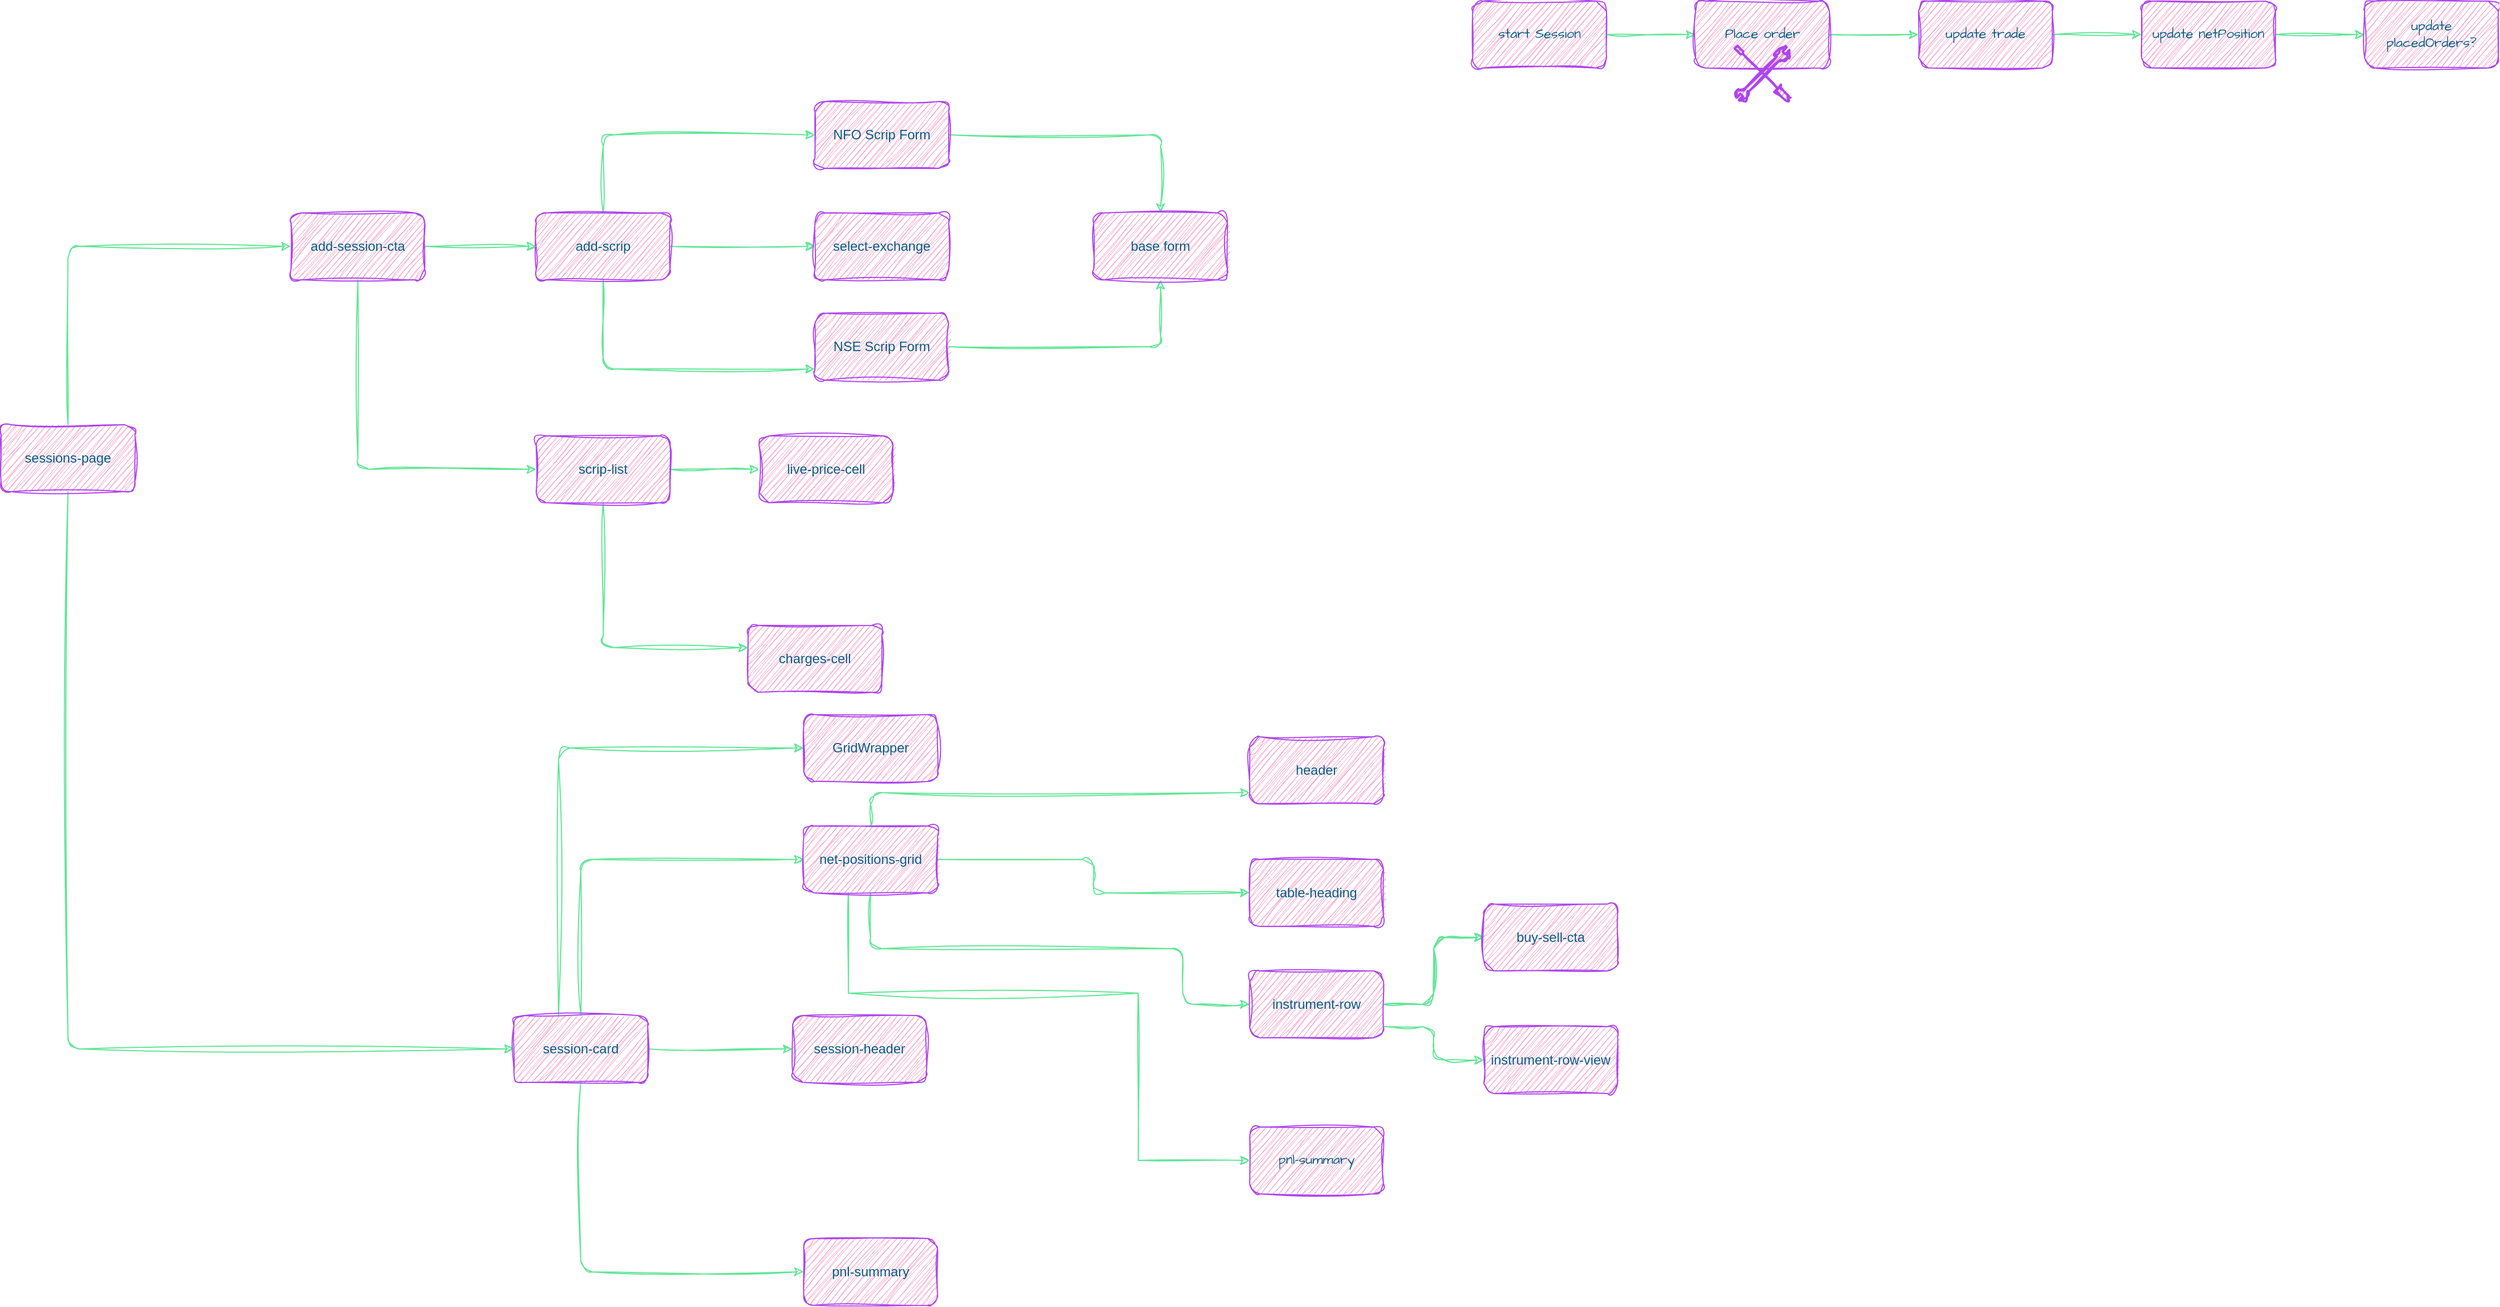
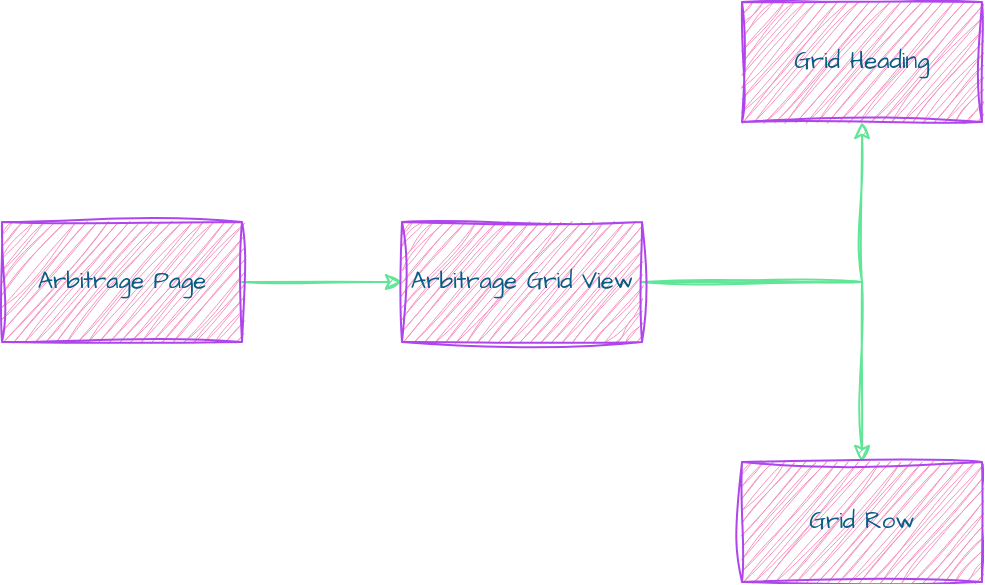
- <mxfile host="app.diagrams.net" pages="5">
+ <mxfile host="app.diagrams.net" pages="6">
+   <diagram id="4BpxD9aP9KdIrpdj0uMA" name="Arbitrage Page">
+     <mxGraphModel dx="1357" dy="626" grid="1" gridSize="10" guides="1" tooltips="1" connect="1" arrows="1" fold="1" page="0" pageScale="1" pageWidth="402" pageHeight="874" math="0" shadow="0">
+       <root>
+         <mxCell id="0" />
+         <mxCell id="1" parent="0" />
+         <mxCell id="s9Nx30N8KHW5dVmqoR0w-8" edge="1" parent="1" source="s9Nx30N8KHW5dVmqoR0w-1" style="edgeStyle=orthogonalEdgeStyle;rounded=0;sketch=1;hachureGap=4;jiggle=2;curveFitting=1;orthogonalLoop=1;jettySize=auto;html=1;strokeColor=#60E696;fontFamily=Architects Daughter;fontSource=https%3A%2F%2Ffonts.googleapis.com%2Fcss%3Ffamily%3DArchitects%2BDaughter;fontColor=#095C86;fillColor=#F694C1;" target="s9Nx30N8KHW5dVmqoR0w-7" value="">
+           <mxGeometry relative="1" as="geometry" />
+         </mxCell>
+         <mxCell id="s9Nx30N8KHW5dVmqoR0w-1" parent="1" style="whiteSpace=wrap;html=1;sketch=1;hachureGap=4;jiggle=2;curveFitting=1;strokeColor=#AF45ED;fontFamily=Architects Daughter;fontSource=https%3A%2F%2Ffonts.googleapis.com%2Fcss%3Ffamily%3DArchitects%2BDaughter;fontColor=#095C86;fillColor=#F694C1;" value="Arbitrage Page" vertex="1">
+           <mxGeometry height="60" width="120" x="-100" y="130" as="geometry" />
+         </mxCell>
+         <mxCell id="s9Nx30N8KHW5dVmqoR0w-10" edge="1" parent="1" source="s9Nx30N8KHW5dVmqoR0w-7" style="edgeStyle=orthogonalEdgeStyle;rounded=0;sketch=1;hachureGap=4;jiggle=2;curveFitting=1;orthogonalLoop=1;jettySize=auto;html=1;strokeColor=#60E696;fontFamily=Architects Daughter;fontSource=https%3A%2F%2Ffonts.googleapis.com%2Fcss%3Ffamily%3DArchitects%2BDaughter;fontColor=#095C86;fillColor=#F694C1;" target="s9Nx30N8KHW5dVmqoR0w-9" value="">
+           <mxGeometry relative="1" as="geometry" />
+         </mxCell>
+         <mxCell id="s9Nx30N8KHW5dVmqoR0w-12" edge="1" parent="1" source="s9Nx30N8KHW5dVmqoR0w-7" style="edgeStyle=orthogonalEdgeStyle;rounded=0;sketch=1;hachureGap=4;jiggle=2;curveFitting=1;orthogonalLoop=1;jettySize=auto;html=1;strokeColor=#60E696;fontFamily=Architects Daughter;fontSource=https%3A%2F%2Ffonts.googleapis.com%2Fcss%3Ffamily%3DArchitects%2BDaughter;fontColor=#095C86;fillColor=#F694C1;" target="s9Nx30N8KHW5dVmqoR0w-11" value="">
+           <mxGeometry relative="1" as="geometry" />
+         </mxCell>
+         <mxCell id="s9Nx30N8KHW5dVmqoR0w-7" parent="1" style="whiteSpace=wrap;html=1;fontFamily=Architects Daughter;fillColor=#F694C1;strokeColor=#AF45ED;fontColor=#095C86;sketch=1;hachureGap=4;jiggle=2;curveFitting=1;fontSource=https%3A%2F%2Ffonts.googleapis.com%2Fcss%3Ffamily%3DArchitects%2BDaughter;" value="Arbitrage Grid View" vertex="1">
+           <mxGeometry height="60" width="120" x="100" y="130" as="geometry" />
+         </mxCell>
+         <mxCell id="s9Nx30N8KHW5dVmqoR0w-9" parent="1" style="whiteSpace=wrap;html=1;fontFamily=Architects Daughter;fillColor=#F694C1;strokeColor=#AF45ED;fontColor=#095C86;sketch=1;hachureGap=4;jiggle=2;curveFitting=1;fontSource=https%3A%2F%2Ffonts.googleapis.com%2Fcss%3Ffamily%3DArchitects%2BDaughter;" value="Grid Heading" vertex="1">
+           <mxGeometry height="60" width="120" x="270" y="20" as="geometry" />
+         </mxCell>
+         <mxCell id="s9Nx30N8KHW5dVmqoR0w-11" parent="1" style="whiteSpace=wrap;html=1;fontFamily=Architects Daughter;fillColor=#F694C1;strokeColor=#AF45ED;fontColor=#095C86;sketch=1;hachureGap=4;jiggle=2;curveFitting=1;fontSource=https%3A%2F%2Ffonts.googleapis.com%2Fcss%3Ffamily%3DArchitects%2BDaughter;" value="Grid Row" vertex="1">
+           <mxGeometry height="60" width="120" x="270" y="250" as="geometry" />
+         </mxCell>
+       </root>
+     </mxGraphModel>
+   </diagram>
  <diagram id="wPQbEJP3DVO_ncDqMHqx" name="Sessions Page">
    <mxGraphModel dx="2395" dy="1443" grid="1" gridSize="10" guides="1" tooltips="1" connect="1" arrows="1" fold="1" page="0" pageScale="1" pageWidth="402" pageHeight="874" math="0" shadow="0">
      <root>
        <mxCell id="0" />
        <mxCell id="1" parent="0" />
        <mxCell id="DB1AKVm6qyutKQlFYAWD-6" edge="1" parent="1" source="DB1AKVm6qyutKQlFYAWD-1" style="edgeStyle=orthogonalEdgeStyle;rounded=1;orthogonalLoop=1;jettySize=auto;html=1;sketch=1;curveFitting=1;jiggle=2;labelBackgroundColor=none;fontColor=default;strokeColor=#60E696;" target="DB1AKVm6qyutKQlFYAWD-5" value="">
          <mxGeometry relative="1" as="geometry" />
        </mxCell>
        <mxCell id="DB1AKVm6qyutKQlFYAWD-8" edge="1" parent="1" source="DB1AKVm6qyutKQlFYAWD-1" style="edgeStyle=orthogonalEdgeStyle;rounded=1;orthogonalLoop=1;jettySize=auto;html=1;sketch=1;curveFitting=1;jiggle=2;labelBackgroundColor=none;fontColor=default;strokeColor=#60E696;" target="DB1AKVm6qyutKQlFYAWD-7" value="">
          <mxGeometry relative="1" as="geometry">
            <Array as="points">
              <mxPoint x="120" y="270" />
            </Array>
          </mxGeometry>
        </mxCell>
        <mxCell id="DB1AKVm6qyutKQlFYAWD-10" edge="1" parent="1" source="DB1AKVm6qyutKQlFYAWD-1" style="edgeStyle=orthogonalEdgeStyle;rounded=1;orthogonalLoop=1;jettySize=auto;html=1;sketch=1;curveFitting=1;jiggle=2;labelBackgroundColor=none;fontColor=default;strokeColor=#60E696;" target="DB1AKVm6qyutKQlFYAWD-9" value="">
          <mxGeometry relative="1" as="geometry">
            <Array as="points">
              <mxPoint x="120" y="60" />
            </Array>
          </mxGeometry>
        </mxCell>
        <mxCell id="DB1AKVm6qyutKQlFYAWD-1" parent="1" style="rounded=1;whiteSpace=wrap;html=1;sketch=1;curveFitting=1;jiggle=2;labelBackgroundColor=none;fillColor=#F694C1;strokeColor=#AF45ED;fontColor=#095C86;" value="add-scrip" vertex="1">
          <mxGeometry height="60" width="120" x="60" y="130" as="geometry" />
        </mxCell>
        <mxCell id="DB1AKVm6qyutKQlFYAWD-4" edge="1" parent="1" source="DB1AKVm6qyutKQlFYAWD-3" style="edgeStyle=orthogonalEdgeStyle;rounded=1;orthogonalLoop=1;jettySize=auto;html=1;sketch=1;curveFitting=1;jiggle=2;labelBackgroundColor=none;fontColor=default;strokeColor=#60E696;" target="DB1AKVm6qyutKQlFYAWD-1" value="">
          <mxGeometry relative="1" as="geometry" />
        </mxCell>
        <mxCell id="DB1AKVm6qyutKQlFYAWD-12" edge="1" parent="1" source="DB1AKVm6qyutKQlFYAWD-3" style="edgeStyle=orthogonalEdgeStyle;rounded=1;orthogonalLoop=1;jettySize=auto;html=1;sketch=1;curveFitting=1;jiggle=2;labelBackgroundColor=none;fontColor=default;strokeColor=#60E696;" target="DB1AKVm6qyutKQlFYAWD-11" value="">
          <mxGeometry relative="1" as="geometry">
            <Array as="points">
              <mxPoint x="-100" y="360" />
            </Array>
          </mxGeometry>
        </mxCell>
        <mxCell id="DB1AKVm6qyutKQlFYAWD-3" parent="1" style="rounded=1;whiteSpace=wrap;html=1;sketch=1;curveFitting=1;jiggle=2;labelBackgroundColor=none;fillColor=#F694C1;strokeColor=#AF45ED;fontColor=#095C86;" value="add-session-cta" vertex="1">
          <mxGeometry height="60" width="120" x="-160" y="130" as="geometry" />
        </mxCell>
        <mxCell id="DB1AKVm6qyutKQlFYAWD-5" parent="1" style="whiteSpace=wrap;html=1;rounded=1;sketch=1;curveFitting=1;jiggle=2;labelBackgroundColor=none;fillColor=#F694C1;strokeColor=#AF45ED;fontColor=#095C86;" value="select-exchange" vertex="1">
          <mxGeometry height="60" width="120" x="310" y="130" as="geometry" />
        </mxCell>
        <mxCell id="ouMAoqMrmdJ_XqpmxOQB-3" edge="1" parent="1" source="DB1AKVm6qyutKQlFYAWD-7" style="edgeStyle=orthogonalEdgeStyle;rounded=1;sketch=1;hachureGap=4;jiggle=2;curveFitting=1;orthogonalLoop=1;jettySize=auto;html=1;fontFamily=Architects Daughter;fontSource=https%3A%2F%2Ffonts.googleapis.com%2Fcss%3Ffamily%3DArchitects%2BDaughter;labelBackgroundColor=none;fontColor=default;strokeColor=#60E696;" target="ouMAoqMrmdJ_XqpmxOQB-1">
          <mxGeometry relative="1" as="geometry" />
        </mxCell>
        <mxCell id="DB1AKVm6qyutKQlFYAWD-7" parent="1" style="whiteSpace=wrap;html=1;rounded=1;sketch=1;curveFitting=1;jiggle=2;labelBackgroundColor=none;fillColor=#F694C1;strokeColor=#AF45ED;fontColor=#095C86;" value="NSE Scrip Form" vertex="1">
          <mxGeometry height="60" width="120" x="310" y="220" as="geometry" />
        </mxCell>
        <mxCell id="ouMAoqMrmdJ_XqpmxOQB-2" edge="1" parent="1" source="DB1AKVm6qyutKQlFYAWD-9" style="edgeStyle=orthogonalEdgeStyle;rounded=1;sketch=1;hachureGap=4;jiggle=2;curveFitting=1;orthogonalLoop=1;jettySize=auto;html=1;fontFamily=Architects Daughter;fontSource=https%3A%2F%2Ffonts.googleapis.com%2Fcss%3Ffamily%3DArchitects%2BDaughter;labelBackgroundColor=none;fontColor=default;strokeColor=#60E696;" target="ouMAoqMrmdJ_XqpmxOQB-1" value="">
          <mxGeometry relative="1" as="geometry" />
        </mxCell>
        <mxCell id="DB1AKVm6qyutKQlFYAWD-9" parent="1" style="whiteSpace=wrap;html=1;rounded=1;sketch=1;curveFitting=1;jiggle=2;labelBackgroundColor=none;fillColor=#F694C1;strokeColor=#AF45ED;fontColor=#095C86;" value="NFO Scrip Form" vertex="1">
          <mxGeometry height="60" width="120" x="310" y="30" as="geometry" />
        </mxCell>
        <mxCell id="ouMAoqMrmdJ_XqpmxOQB-15" edge="1" parent="1" source="DB1AKVm6qyutKQlFYAWD-11" style="edgeStyle=orthogonalEdgeStyle;rounded=1;sketch=1;hachureGap=4;jiggle=2;curveFitting=1;orthogonalLoop=1;jettySize=auto;html=1;fontFamily=Architects Daughter;fontSource=https%3A%2F%2Ffonts.googleapis.com%2Fcss%3Ffamily%3DArchitects%2BDaughter;labelBackgroundColor=none;fontColor=default;strokeColor=#60E696;" target="ouMAoqMrmdJ_XqpmxOQB-14" value="">
          <mxGeometry relative="1" as="geometry" />
        </mxCell>
        <mxCell id="ouMAoqMrmdJ_XqpmxOQB-17" edge="1" parent="1" source="DB1AKVm6qyutKQlFYAWD-11" style="edgeStyle=orthogonalEdgeStyle;rounded=1;sketch=1;hachureGap=4;jiggle=2;curveFitting=1;orthogonalLoop=1;jettySize=auto;html=1;fontFamily=Architects Daughter;fontSource=https%3A%2F%2Ffonts.googleapis.com%2Fcss%3Ffamily%3DArchitects%2BDaughter;labelBackgroundColor=none;fontColor=default;strokeColor=#60E696;" target="ouMAoqMrmdJ_XqpmxOQB-16" value="">
          <mxGeometry relative="1" as="geometry">
            <Array as="points">
              <mxPoint x="120" y="520" />
            </Array>
          </mxGeometry>
        </mxCell>
        <mxCell id="DB1AKVm6qyutKQlFYAWD-11" parent="1" style="whiteSpace=wrap;html=1;rounded=1;sketch=1;curveFitting=1;jiggle=2;labelBackgroundColor=none;fillColor=#F694C1;strokeColor=#AF45ED;fontColor=#095C86;" value="scrip-list" vertex="1">
          <mxGeometry height="60" width="120" x="60" y="330" as="geometry" />
        </mxCell>
        <mxCell id="DB1AKVm6qyutKQlFYAWD-15" edge="1" parent="1" source="DB1AKVm6qyutKQlFYAWD-14" style="edgeStyle=orthogonalEdgeStyle;rounded=1;sketch=1;hachureGap=4;jiggle=2;curveFitting=1;orthogonalLoop=1;jettySize=auto;html=1;entryX=0;entryY=0.5;entryDx=0;entryDy=0;fontFamily=Architects Daughter;fontSource=https%3A%2F%2Ffonts.googleapis.com%2Fcss%3Ffamily%3DArchitects%2BDaughter;fontColor=default;labelBackgroundColor=none;strokeColor=#60E696;" target="DB1AKVm6qyutKQlFYAWD-3">
          <mxGeometry relative="1" as="geometry">
            <Array as="points">
              <mxPoint x="-360" y="160" />
            </Array>
          </mxGeometry>
        </mxCell>
        <mxCell id="ouMAoqMrmdJ_XqpmxOQB-28" edge="1" parent="1" source="DB1AKVm6qyutKQlFYAWD-14" style="edgeStyle=orthogonalEdgeStyle;rounded=1;sketch=1;hachureGap=4;jiggle=2;curveFitting=1;orthogonalLoop=1;jettySize=auto;html=1;entryX=0;entryY=0.5;entryDx=0;entryDy=0;fontFamily=Architects Daughter;fontSource=https%3A%2F%2Ffonts.googleapis.com%2Fcss%3Ffamily%3DArchitects%2BDaughter;labelBackgroundColor=none;fontColor=default;strokeColor=#60E696;" target="ouMAoqMrmdJ_XqpmxOQB-19">
          <mxGeometry relative="1" as="geometry">
            <Array as="points">
              <mxPoint x="-360" y="880" />
            </Array>
          </mxGeometry>
        </mxCell>
        <mxCell id="DB1AKVm6qyutKQlFYAWD-14" parent="1" style="rounded=1;whiteSpace=wrap;html=1;sketch=1;curveFitting=1;jiggle=2;labelBackgroundColor=none;fillColor=#F694C1;strokeColor=#AF45ED;fontColor=#095C86;" value="sessions-page" vertex="1">
          <mxGeometry height="60" width="120" x="-420" y="320" as="geometry" />
        </mxCell>
        <mxCell id="ouMAoqMrmdJ_XqpmxOQB-1" parent="1" style="whiteSpace=wrap;html=1;rounded=1;sketch=1;curveFitting=1;jiggle=2;labelBackgroundColor=none;fillColor=#F694C1;strokeColor=#AF45ED;fontColor=#095C86;" value="base form" vertex="1">
          <mxGeometry height="60" width="120" x="560" y="130" as="geometry" />
        </mxCell>
        <mxCell id="ouMAoqMrmdJ_XqpmxOQB-6" edge="1" parent="1" source="ouMAoqMrmdJ_XqpmxOQB-4" style="edgeStyle=orthogonalEdgeStyle;rounded=1;sketch=1;hachureGap=4;jiggle=2;curveFitting=1;orthogonalLoop=1;jettySize=auto;html=1;fontFamily=Architects Daughter;fontSource=https%3A%2F%2Ffonts.googleapis.com%2Fcss%3Ffamily%3DArchitects%2BDaughter;labelBackgroundColor=none;fontColor=default;strokeColor=#60E696;" target="ouMAoqMrmdJ_XqpmxOQB-5" value="">
          <mxGeometry relative="1" as="geometry" />
        </mxCell>
        <mxCell id="ouMAoqMrmdJ_XqpmxOQB-4" parent="1" style="whiteSpace=wrap;html=1;sketch=1;hachureGap=4;jiggle=2;curveFitting=1;fontFamily=Architects Daughter;fontSource=https%3A%2F%2Ffonts.googleapis.com%2Fcss%3Ffamily%3DArchitects%2BDaughter;labelBackgroundColor=none;rounded=1;fillColor=#F694C1;strokeColor=#AF45ED;fontColor=#095C86;" value="start Session" vertex="1">
          <mxGeometry height="60" width="120" x="900" y="-60" as="geometry" />
        </mxCell>
        <mxCell id="ouMAoqMrmdJ_XqpmxOQB-8" edge="1" parent="1" source="ouMAoqMrmdJ_XqpmxOQB-5" style="edgeStyle=orthogonalEdgeStyle;rounded=1;sketch=1;hachureGap=4;jiggle=2;curveFitting=1;orthogonalLoop=1;jettySize=auto;html=1;fontFamily=Architects Daughter;fontSource=https%3A%2F%2Ffonts.googleapis.com%2Fcss%3Ffamily%3DArchitects%2BDaughter;labelBackgroundColor=none;fontColor=default;strokeColor=#60E696;" target="ouMAoqMrmdJ_XqpmxOQB-7" value="">
          <mxGeometry relative="1" as="geometry" />
        </mxCell>
        <mxCell id="ouMAoqMrmdJ_XqpmxOQB-5" parent="1" style="whiteSpace=wrap;html=1;fontFamily=Architects Daughter;sketch=1;hachureGap=4;jiggle=2;curveFitting=1;fontSource=https%3A%2F%2Ffonts.googleapis.com%2Fcss%3Ffamily%3DArchitects%2BDaughter;labelBackgroundColor=none;rounded=1;fillColor=#F694C1;strokeColor=#AF45ED;fontColor=#095C86;" value="Place order" vertex="1">
          <mxGeometry height="60" width="120" x="1100" y="-60" as="geometry" />
        </mxCell>
        <mxCell id="ouMAoqMrmdJ_XqpmxOQB-10" edge="1" parent="1" source="ouMAoqMrmdJ_XqpmxOQB-7" style="edgeStyle=orthogonalEdgeStyle;rounded=1;sketch=1;hachureGap=4;jiggle=2;curveFitting=1;orthogonalLoop=1;jettySize=auto;html=1;fontFamily=Architects Daughter;fontSource=https%3A%2F%2Ffonts.googleapis.com%2Fcss%3Ffamily%3DArchitects%2BDaughter;labelBackgroundColor=none;fontColor=default;strokeColor=#60E696;" target="ouMAoqMrmdJ_XqpmxOQB-9" value="">
          <mxGeometry relative="1" as="geometry" />
        </mxCell>
        <mxCell id="ouMAoqMrmdJ_XqpmxOQB-7" parent="1" style="whiteSpace=wrap;html=1;fontFamily=Architects Daughter;sketch=1;hachureGap=4;jiggle=2;curveFitting=1;fontSource=https%3A%2F%2Ffonts.googleapis.com%2Fcss%3Ffamily%3DArchitects%2BDaughter;labelBackgroundColor=none;rounded=1;fillColor=#F694C1;strokeColor=#AF45ED;fontColor=#095C86;" value="update trade" vertex="1">
          <mxGeometry height="60" width="120" x="1300" y="-60" as="geometry" />
        </mxCell>
        <mxCell id="ouMAoqMrmdJ_XqpmxOQB-12" edge="1" parent="1" source="ouMAoqMrmdJ_XqpmxOQB-9" style="edgeStyle=orthogonalEdgeStyle;rounded=1;sketch=1;hachureGap=4;jiggle=2;curveFitting=1;orthogonalLoop=1;jettySize=auto;html=1;fontFamily=Architects Daughter;fontSource=https%3A%2F%2Ffonts.googleapis.com%2Fcss%3Ffamily%3DArchitects%2BDaughter;labelBackgroundColor=none;fontColor=default;strokeColor=#60E696;" target="ouMAoqMrmdJ_XqpmxOQB-11" value="">
          <mxGeometry relative="1" as="geometry" />
        </mxCell>
        <mxCell id="ouMAoqMrmdJ_XqpmxOQB-9" parent="1" style="whiteSpace=wrap;html=1;fontFamily=Architects Daughter;sketch=1;hachureGap=4;jiggle=2;curveFitting=1;fontSource=https%3A%2F%2Ffonts.googleapis.com%2Fcss%3Ffamily%3DArchitects%2BDaughter;labelBackgroundColor=none;rounded=1;fillColor=#F694C1;strokeColor=#AF45ED;fontColor=#095C86;" value="update netPosition" vertex="1">
          <mxGeometry height="60" width="120" x="1500" y="-60" as="geometry" />
        </mxCell>
        <mxCell id="ouMAoqMrmdJ_XqpmxOQB-11" parent="1" style="whiteSpace=wrap;html=1;fontFamily=Architects Daughter;sketch=1;hachureGap=4;jiggle=2;curveFitting=1;fontSource=https%3A%2F%2Ffonts.googleapis.com%2Fcss%3Ffamily%3DArchitects%2BDaughter;labelBackgroundColor=none;rounded=1;fillColor=#F694C1;strokeColor=#AF45ED;fontColor=#095C86;" value="update placedOrders?" vertex="1">
          <mxGeometry height="60" width="120" x="1700" y="-60" as="geometry" />
        </mxCell>
        <mxCell id="ouMAoqMrmdJ_XqpmxOQB-13" parent="1" style="html=1;verticalLabelPosition=bottom;align=center;labelBackgroundColor=none;verticalAlign=top;strokeWidth=2;shadow=0;dashed=0;shape=mxgraph.ios7.icons.tools;pointerEvents=1;sketch=1;hachureGap=4;jiggle=2;curveFitting=1;fontFamily=Architects Daughter;fontSource=https%3A%2F%2Ffonts.googleapis.com%2Fcss%3Ffamily%3DArchitects%2BDaughter;rounded=1;fillColor=#F694C1;strokeColor=#AF45ED;fontColor=#095C86;" value="" vertex="1">
          <mxGeometry height="50" width="50" x="1135" y="-20" as="geometry" />
        </mxCell>
        <mxCell id="ouMAoqMrmdJ_XqpmxOQB-14" parent="1" style="whiteSpace=wrap;html=1;rounded=1;sketch=1;curveFitting=1;jiggle=2;labelBackgroundColor=none;fillColor=#F694C1;strokeColor=#AF45ED;fontColor=#095C86;" value="live-price-cell" vertex="1">
          <mxGeometry height="60" width="120" x="260" y="330" as="geometry" />
        </mxCell>
        <mxCell id="ouMAoqMrmdJ_XqpmxOQB-16" parent="1" style="whiteSpace=wrap;html=1;rounded=1;sketch=1;curveFitting=1;jiggle=2;labelBackgroundColor=none;fillColor=#F694C1;strokeColor=#AF45ED;fontColor=#095C86;" value="charges-cell" vertex="1">
          <mxGeometry height="60" width="120" x="250" y="500" as="geometry" />
        </mxCell>
        <mxCell id="ouMAoqMrmdJ_XqpmxOQB-22" edge="1" parent="1" source="ouMAoqMrmdJ_XqpmxOQB-19" style="edgeStyle=orthogonalEdgeStyle;rounded=1;sketch=1;hachureGap=4;jiggle=2;curveFitting=1;orthogonalLoop=1;jettySize=auto;html=1;fontFamily=Architects Daughter;fontSource=https%3A%2F%2Ffonts.googleapis.com%2Fcss%3Ffamily%3DArchitects%2BDaughter;labelBackgroundColor=none;fontColor=default;strokeColor=#60E696;" target="ouMAoqMrmdJ_XqpmxOQB-21" value="">
          <mxGeometry relative="1" as="geometry" />
        </mxCell>
        <mxCell id="ouMAoqMrmdJ_XqpmxOQB-25" edge="1" parent="1" source="ouMAoqMrmdJ_XqpmxOQB-19" style="edgeStyle=orthogonalEdgeStyle;rounded=1;sketch=1;hachureGap=4;jiggle=2;curveFitting=1;orthogonalLoop=1;jettySize=auto;html=1;entryX=0;entryY=0.5;entryDx=0;entryDy=0;fontFamily=Architects Daughter;fontSource=https%3A%2F%2Ffonts.googleapis.com%2Fcss%3Ffamily%3DArchitects%2BDaughter;labelBackgroundColor=none;fontColor=default;strokeColor=#60E696;" target="ouMAoqMrmdJ_XqpmxOQB-23">
          <mxGeometry relative="1" as="geometry">
            <Array as="points">
              <mxPoint x="100" y="710" />
            </Array>
          </mxGeometry>
        </mxCell>
        <mxCell id="ouMAoqMrmdJ_XqpmxOQB-27" edge="1" parent="1" source="ouMAoqMrmdJ_XqpmxOQB-19" style="edgeStyle=orthogonalEdgeStyle;rounded=1;sketch=1;hachureGap=4;jiggle=2;curveFitting=1;orthogonalLoop=1;jettySize=auto;html=1;fontFamily=Architects Daughter;fontSource=https%3A%2F%2Ffonts.googleapis.com%2Fcss%3Ffamily%3DArchitects%2BDaughter;labelBackgroundColor=none;fontColor=default;strokeColor=#60E696;" target="ouMAoqMrmdJ_XqpmxOQB-26" value="">
          <mxGeometry relative="1" as="geometry">
            <Array as="points">
              <mxPoint x="100" y="1080" />
            </Array>
          </mxGeometry>
        </mxCell>
        <mxCell id="ouMAoqMrmdJ_XqpmxOQB-30" edge="1" parent="1" source="ouMAoqMrmdJ_XqpmxOQB-19" style="edgeStyle=orthogonalEdgeStyle;rounded=1;sketch=1;hachureGap=4;jiggle=2;curveFitting=1;orthogonalLoop=1;jettySize=auto;html=1;fontFamily=Architects Daughter;fontSource=https%3A%2F%2Ffonts.googleapis.com%2Fcss%3Ffamily%3DArchitects%2BDaughter;fontColor=default;labelBackgroundColor=none;strokeColor=#60E696;" target="ouMAoqMrmdJ_XqpmxOQB-29" value="">
          <mxGeometry relative="1" as="geometry">
            <Array as="points">
              <mxPoint x="80" y="610" />
            </Array>
          </mxGeometry>
        </mxCell>
        <mxCell id="ouMAoqMrmdJ_XqpmxOQB-19" parent="1" style="whiteSpace=wrap;html=1;rounded=1;sketch=1;curveFitting=1;jiggle=2;labelBackgroundColor=none;fillColor=#F694C1;strokeColor=#AF45ED;fontColor=#095C86;" value="session-card" vertex="1">
          <mxGeometry height="60" width="120" x="40" y="850" as="geometry" />
        </mxCell>
        <mxCell id="ouMAoqMrmdJ_XqpmxOQB-21" parent="1" style="whiteSpace=wrap;html=1;rounded=1;sketch=1;curveFitting=1;jiggle=2;labelBackgroundColor=none;fillColor=#F694C1;strokeColor=#AF45ED;fontColor=#095C86;" value="session-header" vertex="1">
          <mxGeometry height="60" width="120" x="290" y="850" as="geometry" />
        </mxCell>
        <mxCell id="ouMAoqMrmdJ_XqpmxOQB-32" edge="1" parent="1" source="ouMAoqMrmdJ_XqpmxOQB-23" style="edgeStyle=orthogonalEdgeStyle;rounded=1;sketch=1;hachureGap=4;jiggle=2;curveFitting=1;orthogonalLoop=1;jettySize=auto;html=1;fontFamily=Architects Daughter;fontSource=https%3A%2F%2Ffonts.googleapis.com%2Fcss%3Ffamily%3DArchitects%2BDaughter;fontColor=default;labelBackgroundColor=none;strokeColor=#60E696;" target="ouMAoqMrmdJ_XqpmxOQB-31" value="">
          <mxGeometry relative="1" as="geometry">
            <Array as="points">
              <mxPoint x="360" y="650" />
            </Array>
          </mxGeometry>
        </mxCell>
        <mxCell id="ouMAoqMrmdJ_XqpmxOQB-34" edge="1" parent="1" source="ouMAoqMrmdJ_XqpmxOQB-23" style="edgeStyle=orthogonalEdgeStyle;rounded=1;sketch=1;hachureGap=4;jiggle=2;curveFitting=1;orthogonalLoop=1;jettySize=auto;html=1;fontFamily=Architects Daughter;fontSource=https%3A%2F%2Ffonts.googleapis.com%2Fcss%3Ffamily%3DArchitects%2BDaughter;fontColor=default;labelBackgroundColor=none;strokeColor=#60E696;" target="ouMAoqMrmdJ_XqpmxOQB-33" value="">
          <mxGeometry relative="1" as="geometry" />
        </mxCell>
        <mxCell id="ouMAoqMrmdJ_XqpmxOQB-38" edge="1" parent="1" source="ouMAoqMrmdJ_XqpmxOQB-23" style="edgeStyle=orthogonalEdgeStyle;rounded=1;sketch=1;hachureGap=4;jiggle=2;curveFitting=1;orthogonalLoop=1;jettySize=auto;html=1;fontFamily=Architects Daughter;fontSource=https%3A%2F%2Ffonts.googleapis.com%2Fcss%3Ffamily%3DArchitects%2BDaughter;fontColor=default;labelBackgroundColor=none;strokeColor=#60E696;" target="ouMAoqMrmdJ_XqpmxOQB-37" value="">
          <mxGeometry relative="1" as="geometry">
            <Array as="points">
              <mxPoint x="360" y="790" />
              <mxPoint x="640" y="790" />
            </Array>
          </mxGeometry>
        </mxCell>
        <mxCell id="eX8Cx5BNWnft2gzvnQZb-2" edge="1" parent="1" source="ouMAoqMrmdJ_XqpmxOQB-23" style="edgeStyle=orthogonalEdgeStyle;rounded=0;sketch=1;hachureGap=4;jiggle=2;curveFitting=1;orthogonalLoop=1;jettySize=auto;html=1;fontFamily=Architects Daughter;fontSource=https%3A%2F%2Ffonts.googleapis.com%2Fcss%3Ffamily%3DArchitects%2BDaughter;entryX=0;entryY=0.5;entryDx=0;entryDy=0;labelBackgroundColor=none;fontColor=default;strokeColor=#60E696;" target="eX8Cx5BNWnft2gzvnQZb-3">
          <mxGeometry relative="1" as="geometry">
            <Array as="points">
              <mxPoint x="340" y="830" />
              <mxPoint x="600" y="830" />
              <mxPoint x="600" y="980" />
            </Array>
            <mxPoint x="600" y="1010" as="targetPoint" />
          </mxGeometry>
        </mxCell>
        <mxCell id="ouMAoqMrmdJ_XqpmxOQB-23" parent="1" style="whiteSpace=wrap;html=1;rounded=1;sketch=1;curveFitting=1;jiggle=2;labelBackgroundColor=none;fillColor=#F694C1;strokeColor=#AF45ED;fontColor=#095C86;" value="net-positions-grid" vertex="1">
          <mxGeometry height="60" width="120" x="300" y="680" as="geometry" />
        </mxCell>
        <mxCell id="ouMAoqMrmdJ_XqpmxOQB-26" parent="1" style="whiteSpace=wrap;html=1;rounded=1;sketch=1;curveFitting=1;jiggle=2;labelBackgroundColor=none;fillColor=#F694C1;strokeColor=#AF45ED;fontColor=#095C86;" value="pnl-summary" vertex="1">
          <mxGeometry height="60" width="120" x="300" y="1050" as="geometry" />
        </mxCell>
        <mxCell id="ouMAoqMrmdJ_XqpmxOQB-29" parent="1" style="whiteSpace=wrap;html=1;rounded=1;sketch=1;curveFitting=1;jiggle=2;labelBackgroundColor=none;fillColor=#F694C1;strokeColor=#AF45ED;fontColor=#095C86;" value="GridWrapper" vertex="1">
          <mxGeometry height="60" width="120" x="300" y="580" as="geometry" />
        </mxCell>
        <mxCell id="ouMAoqMrmdJ_XqpmxOQB-31" parent="1" style="whiteSpace=wrap;html=1;rounded=1;sketch=1;curveFitting=1;jiggle=2;labelBackgroundColor=none;fillColor=#F694C1;strokeColor=#AF45ED;fontColor=#095C86;" value="header" vertex="1">
          <mxGeometry height="60" width="120" x="700" y="600" as="geometry" />
        </mxCell>
        <mxCell id="ouMAoqMrmdJ_XqpmxOQB-33" parent="1" style="whiteSpace=wrap;html=1;rounded=1;sketch=1;curveFitting=1;jiggle=2;labelBackgroundColor=none;fillColor=#F694C1;strokeColor=#AF45ED;fontColor=#095C86;" value="table-heading" vertex="1">
          <mxGeometry height="60" width="120" x="700" y="710" as="geometry" />
        </mxCell>
        <mxCell id="ouMAoqMrmdJ_XqpmxOQB-40" edge="1" parent="1" source="ouMAoqMrmdJ_XqpmxOQB-37" style="edgeStyle=orthogonalEdgeStyle;rounded=1;sketch=1;hachureGap=4;jiggle=2;curveFitting=1;orthogonalLoop=1;jettySize=auto;html=1;fontFamily=Architects Daughter;fontSource=https%3A%2F%2Ffonts.googleapis.com%2Fcss%3Ffamily%3DArchitects%2BDaughter;fontColor=default;labelBackgroundColor=none;strokeColor=#60E696;" target="ouMAoqMrmdJ_XqpmxOQB-39" value="">
          <mxGeometry relative="1" as="geometry" />
        </mxCell>
        <mxCell id="ouMAoqMrmdJ_XqpmxOQB-41" edge="1" parent="1" source="ouMAoqMrmdJ_XqpmxOQB-37" style="edgeStyle=orthogonalEdgeStyle;rounded=1;sketch=1;hachureGap=4;jiggle=2;curveFitting=1;orthogonalLoop=1;jettySize=auto;html=1;fontFamily=Architects Daughter;fontSource=https%3A%2F%2Ffonts.googleapis.com%2Fcss%3Ffamily%3DArchitects%2BDaughter;fontColor=default;labelBackgroundColor=none;strokeColor=#60E696;" target="ouMAoqMrmdJ_XqpmxOQB-39" value="">
          <mxGeometry relative="1" as="geometry" />
        </mxCell>
        <mxCell id="ouMAoqMrmdJ_XqpmxOQB-43" edge="1" parent="1" source="ouMAoqMrmdJ_XqpmxOQB-37" style="edgeStyle=orthogonalEdgeStyle;rounded=1;sketch=1;hachureGap=4;jiggle=2;curveFitting=1;orthogonalLoop=1;jettySize=auto;html=1;fontFamily=Architects Daughter;fontSource=https%3A%2F%2Ffonts.googleapis.com%2Fcss%3Ffamily%3DArchitects%2BDaughter;fontColor=default;labelBackgroundColor=none;strokeColor=#60E696;" target="ouMAoqMrmdJ_XqpmxOQB-42" value="">
          <mxGeometry relative="1" as="geometry">
            <Array as="points">
              <mxPoint x="865" y="860" />
              <mxPoint x="865" y="890" />
            </Array>
          </mxGeometry>
        </mxCell>
        <mxCell id="ouMAoqMrmdJ_XqpmxOQB-37" parent="1" style="whiteSpace=wrap;html=1;rounded=1;sketch=1;curveFitting=1;jiggle=2;labelBackgroundColor=none;fillColor=#F694C1;strokeColor=#AF45ED;fontColor=#095C86;" value="instrument-row" vertex="1">
          <mxGeometry height="60" width="120" x="700" y="810" as="geometry" />
        </mxCell>
        <mxCell id="ouMAoqMrmdJ_XqpmxOQB-39" parent="1" style="whiteSpace=wrap;html=1;rounded=1;sketch=1;curveFitting=1;jiggle=2;labelBackgroundColor=none;fillColor=#F694C1;strokeColor=#AF45ED;fontColor=#095C86;" value="buy-sell-cta" vertex="1">
          <mxGeometry height="60" width="120" x="910" y="750" as="geometry" />
        </mxCell>
        <mxCell id="ouMAoqMrmdJ_XqpmxOQB-42" parent="1" style="whiteSpace=wrap;html=1;rounded=1;sketch=1;curveFitting=1;jiggle=2;labelBackgroundColor=none;fillColor=#F694C1;strokeColor=#AF45ED;fontColor=#095C86;" value="instrument-row-view" vertex="1">
          <mxGeometry height="60" width="120" x="910" y="860" as="geometry" />
        </mxCell>
        <mxCell id="eX8Cx5BNWnft2gzvnQZb-3" parent="1" style="rounded=1;whiteSpace=wrap;html=1;sketch=1;hachureGap=4;jiggle=2;curveFitting=1;fontFamily=Architects Daughter;fontSource=https%3A%2F%2Ffonts.googleapis.com%2Fcss%3Ffamily%3DArchitects%2BDaughter;labelBackgroundColor=none;fillColor=#F694C1;strokeColor=#AF45ED;fontColor=#095C86;" value="pnl-summary" vertex="1">
          <mxGeometry height="60" width="120" x="700" y="950" as="geometry" />
        </mxCell>
      </root>
    </mxGraphModel>
  </diagram>
  <diagram id="YVkBlKKJ4RNEtawBKbZk" name="Session">
    <mxGraphModel dx="1357" dy="626" grid="1" gridSize="10" guides="1" tooltips="1" connect="1" arrows="1" fold="1" page="0" pageScale="1" pageWidth="402" pageHeight="874" math="0" shadow="0">
      <root>
        <mxCell id="0" />
        <mxCell id="1" parent="0" />
        <mxCell id="b8iQl_XISdQ6rZ6kNcMQ-3" edge="1" parent="1" source="b8iQl_XISdQ6rZ6kNcMQ-1" style="edgeStyle=orthogonalEdgeStyle;rounded=0;orthogonalLoop=1;jettySize=auto;html=1;" target="b8iQl_XISdQ6rZ6kNcMQ-2" value="">
          <mxGeometry relative="1" as="geometry" />
        </mxCell>
        <mxCell id="b8iQl_XISdQ6rZ6kNcMQ-1" parent="1" style="rounded=1;whiteSpace=wrap;html=1;" value="start session" vertex="1">
          <mxGeometry height="60" width="120" x="-200" y="80" as="geometry" />
        </mxCell>
        <mxCell id="b8iQl_XISdQ6rZ6kNcMQ-5" edge="1" parent="1" source="b8iQl_XISdQ6rZ6kNcMQ-2" style="edgeStyle=orthogonalEdgeStyle;rounded=0;orthogonalLoop=1;jettySize=auto;html=1;" target="b8iQl_XISdQ6rZ6kNcMQ-4" value="">
          <mxGeometry relative="1" as="geometry" />
        </mxCell>
        <mxCell id="b8iQl_XISdQ6rZ6kNcMQ-2" parent="1" style="whiteSpace=wrap;html=1;rounded=1;" value="place orders&amp;nbsp;&lt;br&gt;(all or none)" vertex="1">
          <mxGeometry height="60" width="120" y="80" as="geometry" />
        </mxCell>
        <mxCell id="b8iQl_XISdQ6rZ6kNcMQ-7" edge="1" parent="1" source="b8iQl_XISdQ6rZ6kNcMQ-4" style="edgeStyle=orthogonalEdgeStyle;rounded=0;orthogonalLoop=1;jettySize=auto;html=1;" target="b8iQl_XISdQ6rZ6kNcMQ-6" value="">
          <mxGeometry relative="1" as="geometry" />
        </mxCell>
        <mxCell id="b8iQl_XISdQ6rZ6kNcMQ-4" parent="1" style="whiteSpace=wrap;html=1;rounded=1;" value="update margins" vertex="1">
          <mxGeometry height="60" width="120" x="200" y="80" as="geometry" />
        </mxCell>
        <mxCell id="b8iQl_XISdQ6rZ6kNcMQ-6" parent="1" style="whiteSpace=wrap;html=1;rounded=1;" value="create session" vertex="1">
          <mxGeometry height="60" width="120" x="200" y="200" as="geometry" />
        </mxCell>
        <mxCell id="b8iQl_XISdQ6rZ6kNcMQ-8" parent="1" style="rounded=1;whiteSpace=wrap;html=1;fillColor=#fff2cc;strokeColor=#d6b656;" value="firebase" vertex="1">
          <mxGeometry height="40" width="80" x="300" y="190" as="geometry" />
        </mxCell>
        <mxCell id="b8iQl_XISdQ6rZ6kNcMQ-9" parent="1" style="rounded=1;whiteSpace=wrap;html=1;fillColor=#fff2cc;strokeColor=#d6b656;" value="kite" vertex="1">
          <mxGeometry height="40" width="80" x="80" y="50" as="geometry" />
        </mxCell>
        <mxCell id="b8iQl_XISdQ6rZ6kNcMQ-10" parent="1" style="rounded=1;whiteSpace=wrap;html=1;fillColor=#fff2cc;strokeColor=#d6b656;" value="firebase" vertex="1">
          <mxGeometry height="40" width="80" x="290" y="60" as="geometry" />
        </mxCell>
      </root>
    </mxGraphModel>
  </diagram>
  <diagram id="4KjMPYYtLXdBkkJX1B08" name="Auth">
    <mxGraphModel dx="1276" dy="835" grid="0" gridSize="10" guides="1" tooltips="1" connect="1" arrows="1" fold="1" page="0" pageScale="1" pageWidth="402" pageHeight="874" math="0" shadow="0">
      <root>
        <mxCell id="0" />
        <mxCell id="1" parent="0" />
        <mxCell id="pPH6oVQiPgVcm9OUePWL-3" edge="1" parent="1" source="pPH6oVQiPgVcm9OUePWL-1" style="edgeStyle=orthogonalEdgeStyle;rounded=0;orthogonalLoop=1;jettySize=auto;html=1;" target="pPH6oVQiPgVcm9OUePWL-2" value="">
          <mxGeometry relative="1" as="geometry" />
        </mxCell>
        <mxCell id="pPH6oVQiPgVcm9OUePWL-1" parent="1" style="rounded=1;whiteSpace=wrap;html=1;" value="User clicks &quot;Login&quot; Button" vertex="1">
          <mxGeometry height="60" width="120" x="23" y="101" as="geometry" />
        </mxCell>
        <mxCell id="pPH6oVQiPgVcm9OUePWL-5" edge="1" parent="1" source="pPH6oVQiPgVcm9OUePWL-2" style="edgeStyle=orthogonalEdgeStyle;rounded=0;orthogonalLoop=1;jettySize=auto;html=1;" target="pPH6oVQiPgVcm9OUePWL-4" value="">
          <mxGeometry relative="1" as="geometry" />
        </mxCell>
        <mxCell id="pPH6oVQiPgVcm9OUePWL-2" parent="1" style="whiteSpace=wrap;html=1;rounded=1;" value="Open the Login URL" vertex="1">
          <mxGeometry height="60" width="120" x="223" y="101" as="geometry" />
        </mxCell>
        <mxCell id="pPH6oVQiPgVcm9OUePWL-7" edge="1" parent="1" source="pPH6oVQiPgVcm9OUePWL-4" style="edgeStyle=orthogonalEdgeStyle;rounded=0;orthogonalLoop=1;jettySize=auto;html=1;" target="pPH6oVQiPgVcm9OUePWL-6" value="">
          <mxGeometry relative="1" as="geometry" />
        </mxCell>
        <mxCell id="pPH6oVQiPgVcm9OUePWL-4" parent="1" style="whiteSpace=wrap;html=1;rounded=1;" value="User logins to Zerodha" vertex="1">
          <mxGeometry height="60" width="120" x="423" y="101" as="geometry" />
        </mxCell>
        <mxCell id="pPH6oVQiPgVcm9OUePWL-9" edge="1" parent="1" source="pPH6oVQiPgVcm9OUePWL-6" style="edgeStyle=orthogonalEdgeStyle;rounded=0;orthogonalLoop=1;jettySize=auto;html=1;" target="pPH6oVQiPgVcm9OUePWL-8" value="">
          <mxGeometry relative="1" as="geometry" />
        </mxCell>
        <mxCell id="pPH6oVQiPgVcm9OUePWL-6" parent="1" style="whiteSpace=wrap;html=1;rounded=1;" value="Redirected to callback URL with request_token&lt;br&gt;&lt;b&gt;http://localhost:3000/api/auth/kite/callback&lt;/b&gt;" vertex="1">
          <mxGeometry height="60" width="262" x="352" y="244" as="geometry" />
        </mxCell>
        <mxCell id="pPH6oVQiPgVcm9OUePWL-13" edge="1" parent="1" source="pPH6oVQiPgVcm9OUePWL-8" style="edgeStyle=orthogonalEdgeStyle;rounded=0;orthogonalLoop=1;jettySize=auto;html=1;" target="pPH6oVQiPgVcm9OUePWL-12" value="">
          <mxGeometry relative="1" as="geometry" />
        </mxCell>
        <mxCell id="pPH6oVQiPgVcm9OUePWL-8" parent="1" style="whiteSpace=wrap;html=1;rounded=1;" value="In loader for this route, generate the session" vertex="1">
          <mxGeometry height="60" width="120" x="17" y="244" as="geometry" />
        </mxCell>
        <mxCell id="pPH6oVQiPgVcm9OUePWL-15" edge="1" parent="1" source="pPH6oVQiPgVcm9OUePWL-12" style="edgeStyle=orthogonalEdgeStyle;rounded=0;orthogonalLoop=1;jettySize=auto;html=1;" target="pPH6oVQiPgVcm9OUePWL-14" value="">
          <mxGeometry relative="1" as="geometry" />
        </mxCell>
        <mxCell id="pPH6oVQiPgVcm9OUePWL-12" parent="1" style="whiteSpace=wrap;html=1;rounded=1;" value="Serialize and save the access token in cookie" vertex="1">
          <mxGeometry height="60" width="120" x="17" y="384" as="geometry" />
        </mxCell>
        <mxCell id="pPH6oVQiPgVcm9OUePWL-17" edge="1" parent="1" source="pPH6oVQiPgVcm9OUePWL-14" style="edgeStyle=orthogonalEdgeStyle;rounded=0;orthogonalLoop=1;jettySize=auto;html=1;" target="pPH6oVQiPgVcm9OUePWL-16" value="">
          <mxGeometry relative="1" as="geometry" />
        </mxCell>
        <mxCell id="pPH6oVQiPgVcm9OUePWL-14" parent="1" style="whiteSpace=wrap;html=1;rounded=1;" value="redirect to /dashboard" vertex="1">
          <mxGeometry height="60" width="120" x="217" y="384" as="geometry" />
        </mxCell>
        <mxCell id="pPH6oVQiPgVcm9OUePWL-19" edge="1" parent="1" source="pPH6oVQiPgVcm9OUePWL-16" style="edgeStyle=orthogonalEdgeStyle;rounded=0;orthogonalLoop=1;jettySize=auto;html=1;" target="pPH6oVQiPgVcm9OUePWL-18" value="">
          <mxGeometry relative="1" as="geometry" />
        </mxCell>
        <mxCell id="pPH6oVQiPgVcm9OUePWL-16" parent="1" style="whiteSpace=wrap;html=1;rounded=1;" value="in dashboard loader, get the access token from the cookie and send it to client" vertex="1">
          <mxGeometry height="60" width="120" x="417" y="384" as="geometry" />
        </mxCell>
        <mxCell id="pPH6oVQiPgVcm9OUePWL-21" edge="1" parent="1" source="pPH6oVQiPgVcm9OUePWL-18" style="edgeStyle=orthogonalEdgeStyle;rounded=0;orthogonalLoop=1;jettySize=auto;html=1;" target="pPH6oVQiPgVcm9OUePWL-20" value="">
          <mxGeometry relative="1" as="geometry" />
        </mxCell>
        <mxCell id="pPH6oVQiPgVcm9OUePWL-18" parent="1" style="whiteSpace=wrap;html=1;rounded=1;" value="front-end creates the kc client with api_key and access_token.&amp;nbsp;&amp;nbsp;" vertex="1">
          <mxGeometry height="60" width="120" x="617" y="384" as="geometry" />
        </mxCell>
        <mxCell id="pPH6oVQiPgVcm9OUePWL-20" parent="1" style="whiteSpace=wrap;html=1;rounded=1;" value="use kc client for calling Kite APIs" vertex="1">
          <mxGeometry height="60" width="120" x="617" y="524" as="geometry" />
        </mxCell>
      </root>
    </mxGraphModel>
  </diagram>
  <diagram name="UI/UX" id="5MV4RERJIjpIYta4IkZD">
    <mxGraphModel dx="3134" dy="2189" grid="0" gridSize="10" guides="1" tooltips="1" connect="1" arrows="1" fold="1" page="0" pageScale="1" pageWidth="402" pageHeight="874" background="#ffffff" math="0" shadow="0">
      <root>
        <mxCell id="0" />
        <mxCell id="1" parent="0" />
        <mxCell id="ExlUUjPYo0Ii6ma58Pc_-14" parent="1" style="rounded=1;whiteSpace=wrap;html=1;" value="" vertex="1">
          <mxGeometry height="321" width="1097" x="-296" y="-20" as="geometry" />
        </mxCell>
        <mxCell id="ExlUUjPYo0Ii6ma58Pc_-13" parent="1" style="rounded=1;whiteSpace=wrap;html=1;" value="" vertex="1">
          <mxGeometry height="321" width="1097" x="-287" y="732" as="geometry" />
        </mxCell>
        <mxCell id="iMmVTYed4h1aN_pzg3ix-1" parent="1" style="text;html=1;whiteSpace=wrap;strokeColor=none;fillColor=none;align=center;verticalAlign=middle;rounded=0;fontStyle=1;fontSize=48;fontColor=light-dark(#7a7978, #ededed);" value="Net Qty." vertex="1">
          <mxGeometry height="59" width="60" x="-120" y="72" as="geometry" />
        </mxCell>
        <mxCell id="iMmVTYed4h1aN_pzg3ix-2" parent="1" style="text;html=1;whiteSpace=wrap;strokeColor=none;fillColor=none;align=center;verticalAlign=middle;rounded=0;fontStyle=1;fontSize=48;fontColor=light-dark(#7a7978, #ededed);" value="AVG. PRICE" vertex="1">
          <mxGeometry height="59" width="60" x="149" y="61" as="geometry" />
        </mxCell>
        <mxCell id="iMmVTYed4h1aN_pzg3ix-3" parent="1" style="text;html=1;whiteSpace=wrap;strokeColor=none;fillColor=none;align=center;verticalAlign=middle;rounded=0;fontStyle=1;fontSize=48;fontColor=light-dark(#7a7978, #ededed);" value="LTP" vertex="1">
          <mxGeometry height="59" width="60" x="418" y="61" as="geometry" />
        </mxCell>
        <mxCell id="iMmVTYed4h1aN_pzg3ix-4" parent="1" style="text;html=1;whiteSpace=wrap;strokeColor=none;fillColor=none;align=center;verticalAlign=middle;rounded=0;fontStyle=1;fontSize=48;fontColor=light-dark(#7a7978, #ededed);" value="PnL" vertex="1">
          <mxGeometry height="59" width="60" x="687" y="61" as="geometry" />
        </mxCell>
        <mxCell id="iMmVTYed4h1aN_pzg3ix-5" parent="1" style="text;html=1;whiteSpace=wrap;strokeColor=none;fillColor=none;align=center;verticalAlign=middle;rounded=0;fontSize=36;fontStyle=1" value="100" vertex="1">
          <mxGeometry height="30" width="60" x="-120" y="211" as="geometry" />
        </mxCell>
        <mxCell id="iMmVTYed4h1aN_pzg3ix-6" parent="1" style="text;html=1;whiteSpace=wrap;strokeColor=none;fillColor=none;align=center;verticalAlign=middle;rounded=0;fontSize=36;fontStyle=1" value="36.40" vertex="1">
          <mxGeometry height="30" width="60" x="149" y="211" as="geometry" />
        </mxCell>
        <mxCell id="iMmVTYed4h1aN_pzg3ix-7" parent="1" style="text;html=1;whiteSpace=wrap;strokeColor=none;fillColor=none;align=center;verticalAlign=middle;rounded=0;fontSize=36;fontStyle=1" value="37.45" vertex="1">
          <mxGeometry height="30" width="60" x="418" y="211" as="geometry" />
        </mxCell>
        <mxCell id="iMmVTYed4h1aN_pzg3ix-8" parent="1" style="text;html=1;whiteSpace=wrap;strokeColor=none;fillColor=none;align=center;verticalAlign=middle;rounded=0;fontSize=36;fontStyle=1" value="100" vertex="1">
          <mxGeometry height="30" width="60" x="687" y="211" as="geometry" />
        </mxCell>
        <mxCell id="7si3vGMUa6yKKs87A3T9-2" edge="1" parent="1" source="7si3vGMUa6yKKs87A3T9-1" style="edgeStyle=orthogonalEdgeStyle;rounded=0;orthogonalLoop=1;jettySize=auto;html=1;exitX=0.5;exitY=0;exitDx=0;exitDy=0;entryX=0;entryY=0.5;entryDx=0;entryDy=0;" target="iMmVTYed4h1aN_pzg3ix-5">
          <mxGeometry relative="1" as="geometry">
            <Array as="points">
              <mxPoint x="-283" y="227" />
              <mxPoint x="-139" y="227" />
            </Array>
            <mxPoint x="-139.09090909090924" y="259.27272727272725" as="targetPoint" />
          </mxGeometry>
        </mxCell>
        <mxCell id="7si3vGMUa6yKKs87A3T9-1" parent="1" style="text;html=1;whiteSpace=wrap;strokeColor=none;fillColor=none;align=center;verticalAlign=middle;rounded=0;fontStyle=1" value="Red color if negative, blue color if positive" vertex="1">
          <mxGeometry height="70" width="129" x="-347" y="453" as="geometry" />
        </mxCell>
        <mxCell id="7si3vGMUa6yKKs87A3T9-4" edge="1" parent="1" source="7si3vGMUa6yKKs87A3T9-3" style="edgeStyle=orthogonalEdgeStyle;rounded=0;orthogonalLoop=1;jettySize=auto;html=1;entryX=0.5;entryY=1;entryDx=0;entryDy=0;" target="iMmVTYed4h1aN_pzg3ix-8">
          <mxGeometry relative="1" as="geometry" />
        </mxCell>
        <mxCell id="7si3vGMUa6yKKs87A3T9-3" parent="1" style="text;html=1;whiteSpace=wrap;strokeColor=none;fillColor=none;align=center;verticalAlign=middle;rounded=0;fontStyle=1" value="Red color if negative, blue color if positive" vertex="1">
          <mxGeometry height="70" width="129" x="681" y="398" as="geometry" />
        </mxCell>
        <mxCell id="7si3vGMUa6yKKs87A3T9-5" parent="1" style="text;html=1;whiteSpace=wrap;strokeColor=none;fillColor=none;align=center;verticalAlign=middle;rounded=0;" value="Will receive the following props:&lt;br&gt;netQuantity: number;&lt;br&gt;&lt;div&gt;averagePrice: number&lt;/div&gt;&lt;div&gt;ltp: number;&lt;/div&gt;" vertex="1">
          <mxGeometry height="101" width="203" x="-25" y="355" as="geometry" />
        </mxCell>
        <mxCell id="7si3vGMUa6yKKs87A3T9-6" parent="1" style="text;html=1;whiteSpace=wrap;strokeColor=none;fillColor=none;align=center;verticalAlign=middle;rounded=0;" value="PnL needs to be calculated by the component" vertex="1">
          <mxGeometry height="101" width="203" x="-21" y="482" as="geometry" />
        </mxCell>
        <mxCell id="7si3vGMUa6yKKs87A3T9-7" parent="1" style="text;html=1;whiteSpace=wrap;strokeColor=none;fillColor=none;align=center;verticalAlign=middle;rounded=0;fontStyle=1;fontSize=48;fontColor=light-dark(#7a7978, #ededed);" value="Net Qty." vertex="1">
          <mxGeometry height="59" width="60" x="-186" y="816" as="geometry" />
        </mxCell>
        <mxCell id="7si3vGMUa6yKKs87A3T9-8" parent="1" style="text;html=1;whiteSpace=wrap;strokeColor=none;fillColor=none;align=center;verticalAlign=middle;rounded=0;fontStyle=1;fontSize=48;fontColor=light-dark(#7a7978, #ededed);" value="AVG. PRICE" vertex="1">
          <mxGeometry height="59" width="60" x="83" y="805" as="geometry" />
        </mxCell>
        <mxCell id="7si3vGMUa6yKKs87A3T9-9" parent="1" style="text;html=1;whiteSpace=wrap;strokeColor=none;fillColor=none;align=center;verticalAlign=middle;rounded=0;fontStyle=1;fontSize=48;fontColor=light-dark(#7a7978, #ededed);" value="LTP" vertex="1">
          <mxGeometry height="59" width="60" x="352" y="805" as="geometry" />
        </mxCell>
        <mxCell id="7si3vGMUa6yKKs87A3T9-10" parent="1" style="text;html=1;whiteSpace=wrap;strokeColor=none;fillColor=none;align=center;verticalAlign=middle;rounded=0;fontStyle=1;fontSize=48;fontColor=light-dark(#7a7978, #ededed);" value="PnL" vertex="1">
          <mxGeometry height="59" width="60" x="621" y="805" as="geometry" />
        </mxCell>
        <mxCell id="7si3vGMUa6yKKs87A3T9-11" parent="1" style="text;html=1;whiteSpace=wrap;strokeColor=none;fillColor=none;align=center;verticalAlign=middle;rounded=0;fontSize=18;fontStyle=1" value="{props.netQuantity}" vertex="1">
          <mxGeometry height="30" width="60" x="-186" y="955" as="geometry" />
        </mxCell>
        <mxCell id="7si3vGMUa6yKKs87A3T9-12" parent="1" style="text;html=1;whiteSpace=wrap;strokeColor=none;fillColor=none;align=center;verticalAlign=middle;rounded=0;fontSize=18;fontStyle=1" value="&lt;div&gt;{props.averagePrice}&lt;/div&gt;" vertex="1">
          <mxGeometry height="30" width="60" x="83" y="955" as="geometry" />
        </mxCell>
        <mxCell id="7si3vGMUa6yKKs87A3T9-13" parent="1" style="text;html=1;whiteSpace=wrap;strokeColor=none;fillColor=none;align=center;verticalAlign=middle;rounded=0;fontSize=18;fontStyle=1" value="{props.ltp}" vertex="1">
          <mxGeometry height="30" width="60" x="352" y="955" as="geometry" />
        </mxCell>
        <mxCell id="7si3vGMUa6yKKs87A3T9-14" parent="1" style="text;html=1;whiteSpace=wrap;strokeColor=none;fillColor=none;align=center;verticalAlign=middle;rounded=0;fontSize=18;fontStyle=1" value="{pnl}" vertex="1">
          <mxGeometry height="30" width="60" x="621" y="955" as="geometry" />
        </mxCell>
        <mxCell id="ExlUUjPYo0Ii6ma58Pc_-1" parent="1" style="rounded=1;whiteSpace=wrap;html=1;" value="" vertex="1">
          <mxGeometry height="321" width="1253" x="-202" y="1234" as="geometry" />
        </mxCell>
        <mxCell id="ExlUUjPYo0Ii6ma58Pc_-2" parent="1" style="text;html=1;whiteSpace=wrap;strokeColor=none;fillColor=none;align=center;verticalAlign=middle;rounded=0;fontStyle=1;fontSize=48;fontColor=light-dark(#7a7978, #ededed);" value="Total Margin" vertex="1">
          <mxGeometry height="59" width="168" x="-154" y="1292" as="geometry" />
        </mxCell>
        <mxCell id="ExlUUjPYo0Ii6ma58Pc_-3" parent="1" style="text;html=1;whiteSpace=wrap;strokeColor=none;fillColor=none;align=center;verticalAlign=middle;rounded=0;fontStyle=1;fontSize=48;fontColor=light-dark(#7a7978, #ededed);" value="Utilized Margin" vertex="1">
          <mxGeometry height="59" width="168" x="330" y="1295" as="geometry" />
        </mxCell>
        <mxCell id="ExlUUjPYo0Ii6ma58Pc_-4" parent="1" style="text;html=1;whiteSpace=wrap;strokeColor=none;fillColor=none;align=center;verticalAlign=middle;rounded=0;fontStyle=1;fontSize=48;fontColor=light-dark(#7a7978, #ededed);" value="Net Margin" vertex="1">
          <mxGeometry height="59" width="168" x="813" y="1289" as="geometry" />
        </mxCell>
        <mxCell id="ExlUUjPYo0Ii6ma58Pc_-5" parent="1" style="text;html=1;whiteSpace=wrap;strokeColor=none;fillColor=none;align=center;verticalAlign=middle;rounded=0;fontSize=42;" value="₹2000" vertex="1">
          <mxGeometry height="30" width="60" x="-100" y="1412" as="geometry" />
        </mxCell>
        <mxCell id="ExlUUjPYo0Ii6ma58Pc_-7" parent="1" style="text;html=1;whiteSpace=wrap;strokeColor=none;fillColor=none;align=center;verticalAlign=middle;rounded=0;fontSize=42;" value="₹200" vertex="1">
          <mxGeometry height="30" width="60" x="384" y="1412" as="geometry" />
        </mxCell>
        <mxCell id="ExlUUjPYo0Ii6ma58Pc_-8" parent="1" style="text;html=1;whiteSpace=wrap;strokeColor=none;fillColor=none;align=center;verticalAlign=middle;rounded=0;fontSize=42;" value="₹1800" vertex="1">
          <mxGeometry height="30" width="60" x="867" y="1412" as="geometry" />
        </mxCell>
        <mxCell id="ExlUUjPYo0Ii6ma58Pc_-9" parent="1" style="html=1;shadow=0;dashed=0;shape=mxgraph.bootstrap.rrect;rSize=5;fillColor=#E9ECEF;strokeColor=none;" value="" vertex="1">
          <mxGeometry height="20" width="800" x="24.5" y="1507" as="geometry" />
        </mxCell>
        <mxCell id="ExlUUjPYo0Ii6ma58Pc_-10" parent="ExlUUjPYo0Ii6ma58Pc_-9" style="html=1;shadow=0;dashed=0;shape=mxgraph.bootstrap.leftButton;rSize=5;fillColor=#1CA5B8;strokeColor=none;resizeHeight=1;" value="" vertex="1">
          <mxGeometry height="20" relative="1" width="250" as="geometry" />
        </mxCell>
        <mxCell id="ExlUUjPYo0Ii6ma58Pc_-11" parent="1" style="text;html=1;whiteSpace=wrap;strokeColor=none;fillColor=none;align=center;verticalAlign=middle;rounded=0;fontSize=24;" value="The max value on the progress bar is the total margin and the filled in part is the utilized margin" vertex="1">
          <mxGeometry height="92" width="269" x="175" y="1620" as="geometry" />
        </mxCell>
        <mxCell id="ExlUUjPYo0Ii6ma58Pc_-12" edge="1" parent="1" source="ExlUUjPYo0Ii6ma58Pc_-11" style="edgeStyle=orthogonalEdgeStyle;rounded=0;orthogonalLoop=1;jettySize=auto;html=1;exitX=0.5;exitY=0;exitDx=0;exitDy=0;entryX=0.412;entryY=0.999;entryDx=0;entryDy=0;entryPerimeter=0;" target="ExlUUjPYo0Ii6ma58Pc_-1">
          <mxGeometry relative="1" as="geometry" />
        </mxCell>
      </root>
    </mxGraphModel>
  </diagram>
  <diagram id="dmkDPsUycKQvBsQ4H3Di" name="Kite-Fly-Ticker-Architecture">
    <mxGraphModel dx="1357" dy="626" grid="0" gridSize="10" guides="1" tooltips="1" connect="1" arrows="1" fold="1" page="0" pageScale="1" pageWidth="402" pageHeight="874" math="0" shadow="0">
      <root>
        <mxCell id="0" />
        <mxCell id="1" parent="0" />
        <mxCell id="FDZGNOtkY16CQce4NqAR-3" edge="1" parent="1" source="FDZGNOtkY16CQce4NqAR-1" style="edgeStyle=orthogonalEdgeStyle;rounded=0;orthogonalLoop=1;jettySize=auto;html=1;" target="FDZGNOtkY16CQce4NqAR-2" value="">
          <mxGeometry relative="1" as="geometry" />
        </mxCell>
        <mxCell id="FDZGNOtkY16CQce4NqAR-1" parent="1" style="rounded=1;whiteSpace=wrap;html=1;" value="Client posts a request - for example:&lt;br&gt;&lt;div&gt;&lt;br&gt;&lt;/div&gt;&lt;br&gt;&lt;div&gt;fetch(&quot;http://localhost:3000/api/ltp&quot;, () =&amp;gt; {&lt;/div&gt;&lt;div&gt;method: &quot;POST&quot;,&lt;/div&gt;&lt;div&gt;body: JSON.stringify({&lt;/div&gt;&lt;div&gt;instrument: &quot;WIPRO&quot;,&lt;br&gt;ltp: 128.10&lt;/div&gt;&lt;div&gt;})&lt;/div&gt;&lt;div&gt;})&lt;br&gt;&lt;br&gt;The call is made from another site - for ex. https://kite.zerodha.com&lt;/div&gt;" vertex="1">
          <mxGeometry height="236" width="345" x="-33" y="45" as="geometry" />
        </mxCell>
        <mxCell id="FDZGNOtkY16CQce4NqAR-5" edge="1" parent="1" source="FDZGNOtkY16CQce4NqAR-2" style="edgeStyle=orthogonalEdgeStyle;rounded=0;orthogonalLoop=1;jettySize=auto;html=1;" target="FDZGNOtkY16CQce4NqAR-4" value="">
          <mxGeometry relative="1" as="geometry" />
        </mxCell>
        <mxCell id="FDZGNOtkY16CQce4NqAR-2" parent="1" style="whiteSpace=wrap;html=1;rounded=1;" value="SERVER" vertex="1">
          <mxGeometry height="60" width="120" x="504.5" y="98.5" as="geometry" />
        </mxCell>
        <mxCell id="FDZGNOtkY16CQce4NqAR-8" edge="1" parent="1" source="FDZGNOtkY16CQce4NqAR-4" style="edgeStyle=orthogonalEdgeStyle;rounded=0;orthogonalLoop=1;jettySize=auto;html=1;exitX=0.75;exitY=1;exitDx=0;exitDy=0;entryX=1;entryY=0.75;entryDx=0;entryDy=0;" target="FDZGNOtkY16CQce4NqAR-6">
          <mxGeometry relative="1" as="geometry" />
        </mxCell>
        <mxCell id="FDZGNOtkY16CQce4NqAR-4" parent="1" style="whiteSpace=wrap;html=1;rounded=1;" value="Websocket" vertex="1">
          <mxGeometry height="60" width="120" x="504.5" y="265" as="geometry" />
        </mxCell>
        <mxCell id="FDZGNOtkY16CQce4NqAR-7" edge="1" parent="1" source="FDZGNOtkY16CQce4NqAR-6" style="edgeStyle=orthogonalEdgeStyle;rounded=0;orthogonalLoop=1;jettySize=auto;html=1;entryX=0.5;entryY=1;entryDx=0;entryDy=0;" target="FDZGNOtkY16CQce4NqAR-4">
          <mxGeometry relative="1" as="geometry" />
        </mxCell>
        <mxCell id="FDZGNOtkY16CQce4NqAR-6" parent="1" style="rounded=1;whiteSpace=wrap;html=1;" value="On another client,&lt;div&gt;new Websocket()&lt;/div&gt;// receive the data which is sent from /api/ltp" vertex="1">
          <mxGeometry height="167" width="345" x="1" y="392" as="geometry" />
        </mxCell>
      </root>
    </mxGraphModel>
  </diagram>
</mxfile>
